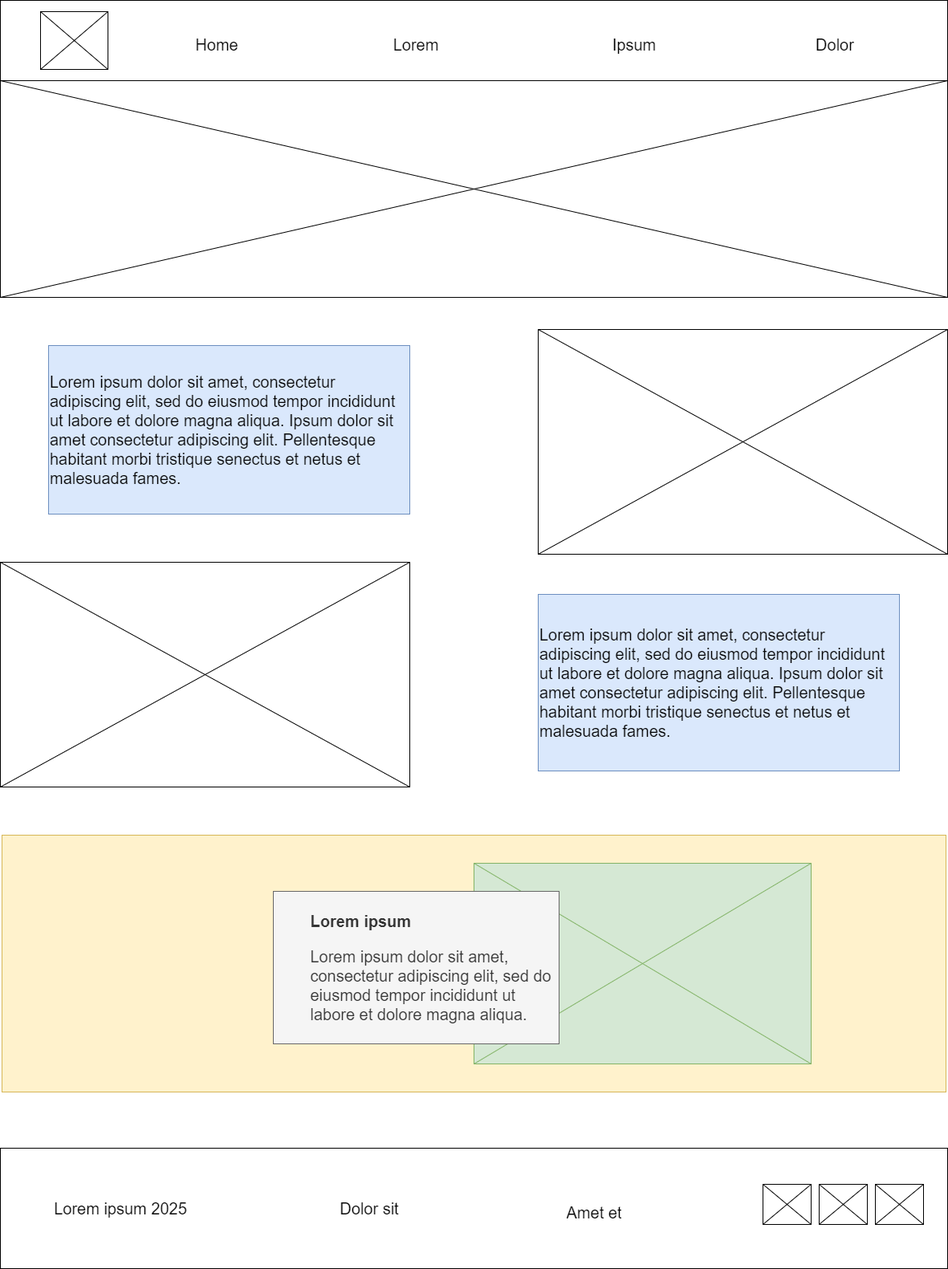
This is wwr/images/wireframe_page2.png from loureiroluan/wdd130, a draw.io export, as it was before one commit. Source tidied: cells renumbered, new cells last; positions are measured from the earlier drawing's top-left corner, leaving out a move shared by most shapes.
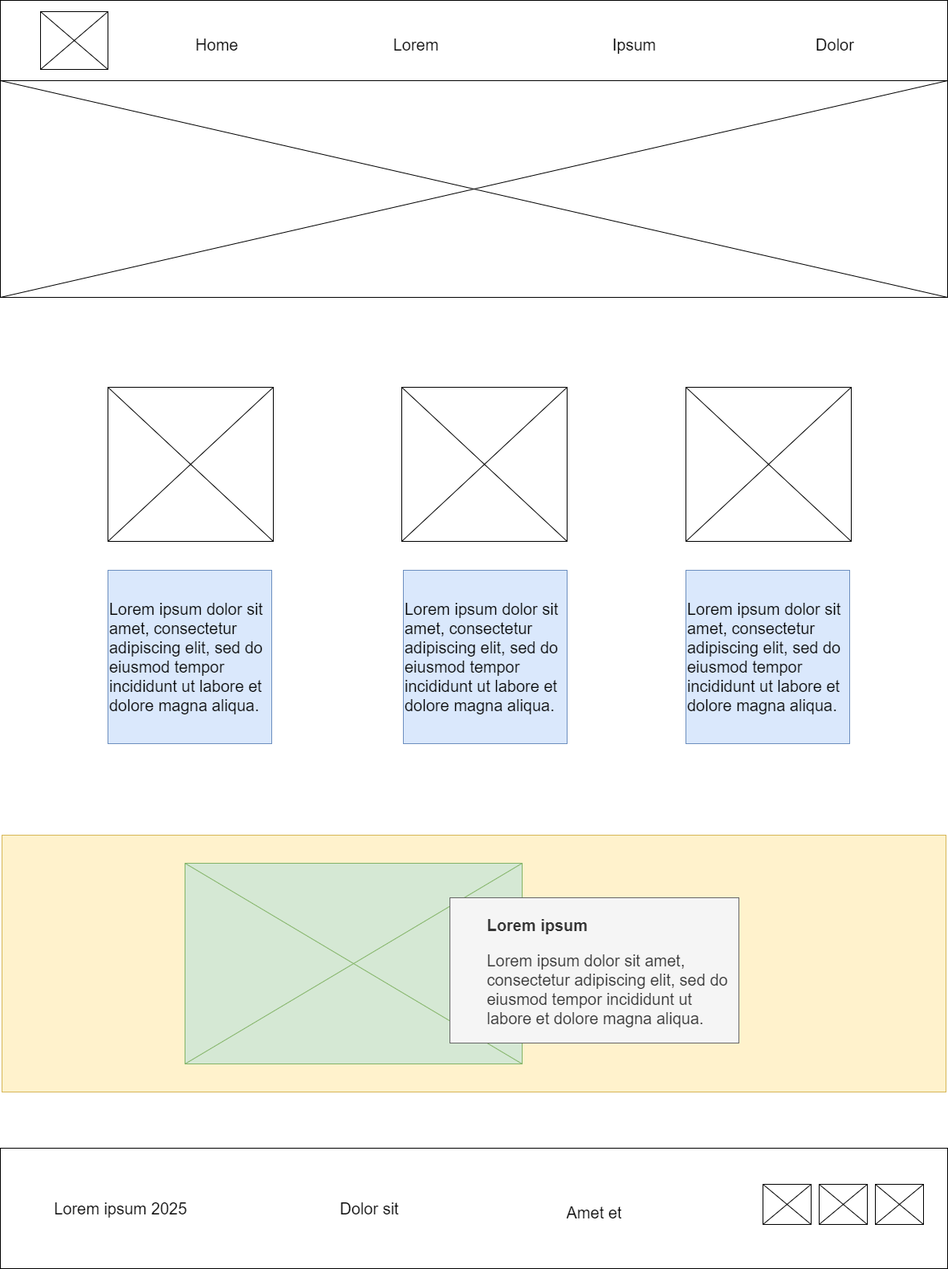
After the commit.

The edit, as a diff of the source:
```diff
@@ -8,31 +8,23 @@
     <mxCell id="3" style="verticalLabelPosition=bottom;shadow=0;dashed=0;align=center;html=1;verticalAlign=top;strokeWidth=1;shape=mxgraph.mockup.graphics.simpleIcon;" parent="1" vertex="1">
       <mxGeometry y="100" width="1180" height="270" as="geometry" />
     </mxCell>
-    <object id="4" label="&lt;h3&gt;&lt;span style=&quot;font-weight: normal;&quot;&gt;&lt;font style=&quot;font-size: 20px;&quot;&gt;Lorem ipsum dolor sit amet, consectetur adipiscing elit, sed do eiusmod tempor incididunt ut labore et dolore magna aliqua. Ipsum dolor sit amet consectetur adipiscing elit. Pellentesque habitant morbi tristique senectus et netus et malesuada fames.&lt;/font&gt;&lt;/span&gt;&lt;/h3&gt;" name="Variable" placeholders="1">
+    <object id="4" label="&lt;h3&gt;&lt;span style=&quot;font-weight: normal;&quot;&gt;&lt;font style=&quot;font-size: 20px;&quot;&gt;Lorem ipsum dolor sit amet, consectetur adipiscing elit, sed do eiusmod tempor incididunt ut labore et dolore magna aliqua.&lt;/font&gt;&lt;/span&gt;&lt;/h3&gt;" name="Variable" placeholders="1">
       <mxCell style="text;html=1;strokeColor=#6c8ebf;fillColor=#dae8fc;align=left;verticalAlign=middle;whiteSpace=wrap;overflow=hidden;" parent="1" vertex="1">
-        <mxGeometry x="60" y="430" width="450" height="210" as="geometry" />
+        <mxGeometry x="134" y="710" width="204" height="216" as="geometry" />
       </mxCell>
     </object>
-    <mxCell id="5" style="verticalLabelPosition=bottom;shadow=0;dashed=0;align=center;html=1;verticalAlign=top;strokeWidth=1;shape=mxgraph.mockup.graphics.simpleIcon;" parent="1" vertex="1">
-      <mxGeometry x="670" y="410" width="510" height="280" as="geometry" />
-    </mxCell>
     <mxCell id="6" style="verticalLabelPosition=bottom;shadow=0;dashed=0;align=center;html=1;verticalAlign=top;strokeWidth=1;shape=mxgraph.mockup.graphics.simpleIcon;" parent="1" vertex="1">
-      <mxGeometry y="700" width="510" height="280" as="geometry" />
+      <mxGeometry x="134" y="482" width="206" height="192" as="geometry" />
     </mxCell>
-    <object id="7" label="&lt;h3&gt;&lt;span style=&quot;font-weight: normal;&quot;&gt;&lt;font style=&quot;font-size: 20px;&quot;&gt;Lorem ipsum dolor sit amet, consectetur adipiscing elit, sed do eiusmod tempor incididunt ut labore et dolore magna aliqua. Ipsum dolor sit amet consectetur adipiscing elit. Pellentesque habitant morbi tristique senectus et netus et malesuada fames.&lt;/font&gt;&lt;/span&gt;&lt;/h3&gt;" name="Variable" placeholders="1">
-      <mxCell style="text;html=1;strokeColor=#6c8ebf;fillColor=#dae8fc;align=left;verticalAlign=middle;whiteSpace=wrap;overflow=hidden;" parent="1" vertex="1">
-        <mxGeometry x="670" y="740" width="450" height="220" as="geometry" />
-      </mxCell>
-    </object>
     <mxCell id="8" style="rounded=0;whiteSpace=wrap;html=1;fillColor=#fff2cc;strokeColor=#d6b656;" parent="1" vertex="1">
       <mxGeometry x="2" y="1040" width="1176" height="320" as="geometry" />
     </mxCell>
     <mxCell id="9" style="verticalLabelPosition=bottom;shadow=0;dashed=0;align=center;html=1;verticalAlign=top;strokeWidth=1;shape=mxgraph.mockup.graphics.simpleIcon;strokeColor=#82b366;fillColor=#d5e8d4;" parent="1" vertex="1">
-      <mxGeometry x="590" y="1075" width="420" height="250" as="geometry" />
+      <mxGeometry x="230" y="1075" width="420" height="250" as="geometry" />
     </mxCell>
     <object id="10" label="&lt;h3 style=&quot;border-color: var(--border-color); font-size: 20px;&quot;&gt;&lt;font style=&quot;font-size: 20px;&quot;&gt;&lt;span style=&quot;white-space: pre;&quot;&gt;&#9;&lt;/span&gt;Lorem ipsum&lt;/font&gt;&lt;/h3&gt;&lt;h3 style=&quot;font-size: 20px;&quot;&gt;&lt;span style=&quot;font-weight: normal;&quot;&gt;&lt;span style=&quot;white-space: pre;&quot;&gt;&#9;&lt;/span&gt;Lorem ipsum dolor sit amet, &lt;span style=&quot;white-space: pre;&quot;&gt;&#9;&lt;/span&gt;consectetur adipiscing elit, sed do &lt;span style=&quot;white-space: pre;&quot;&gt;&#9;&lt;/span&gt;eiusmod tempor incididunt ut &lt;span style=&quot;white-space: pre;&quot;&gt;&#9;&lt;/span&gt;labore et dolore magna aliqua.&amp;nbsp;&lt;/span&gt;&lt;/h3&gt;" name="Variable" placeholders="1">
       <mxCell style="text;html=1;align=left;verticalAlign=middle;whiteSpace=wrap;overflow=hidden;fillColor=#f5f5f5;fontColor=#333333;strokeColor=#666666;" parent="1" vertex="1">
-        <mxGeometry x="340" y="1110" width="356" height="190" as="geometry" />
+        <mxGeometry x="560" y="1118" width="360" height="181" as="geometry" />
       </mxCell>
     </object>
     <mxCell id="11" style="rounded=0;whiteSpace=wrap;html=1;" parent="1" vertex="1">
@@ -85,5 +77,21 @@
         <mxGeometry x="950" y="35" width="180" height="40" as="geometry" />
       </mxCell>
     </object>
+    <mxCell id="23" style="verticalLabelPosition=bottom;shadow=0;dashed=0;align=center;html=1;verticalAlign=top;strokeWidth=1;shape=mxgraph.mockup.graphics.simpleIcon;" parent="1" vertex="1">
+      <mxGeometry x="500" y="482" width="206" height="192" as="geometry" />
+    </mxCell>
+    <mxCell id="24" style="verticalLabelPosition=bottom;shadow=0;dashed=0;align=center;html=1;verticalAlign=top;strokeWidth=1;shape=mxgraph.mockup.graphics.simpleIcon;" parent="1" vertex="1">
+      <mxGeometry x="854" y="482" width="206" height="192" as="geometry" />
+    </mxCell>
+    <object id="25" label="&lt;h3&gt;&lt;span style=&quot;font-weight: normal;&quot;&gt;&lt;font style=&quot;font-size: 20px;&quot;&gt;Lorem ipsum dolor sit amet, consectetur adipiscing elit, sed do eiusmod tempor incididunt ut labore et dolore magna aliqua.&lt;/font&gt;&lt;/span&gt;&lt;/h3&gt;" name="Variable" placeholders="1">
+      <mxCell style="text;html=1;strokeColor=#6c8ebf;fillColor=#dae8fc;align=left;verticalAlign=middle;whiteSpace=wrap;overflow=hidden;" parent="1" vertex="1">
+        <mxGeometry x="854" y="710" width="204" height="216" as="geometry" />
+      </mxCell>
+    </object>
+    <object id="26" label="&lt;h3&gt;&lt;span style=&quot;font-weight: normal;&quot;&gt;&lt;font style=&quot;font-size: 20px;&quot;&gt;Lorem ipsum dolor sit amet, consectetur adipiscing elit, sed do eiusmod tempor incididunt ut labore et dolore magna aliqua.&lt;/font&gt;&lt;/span&gt;&lt;/h3&gt;" name="Variable" placeholders="1">
+      <mxCell style="text;html=1;strokeColor=#6c8ebf;fillColor=#dae8fc;align=left;verticalAlign=middle;whiteSpace=wrap;overflow=hidden;" parent="1" vertex="1">
+        <mxGeometry x="502" y="710" width="204" height="216" as="geometry" />
+      </mxCell>
+    </object>
   </root>
 </mxGraphModel>
```
